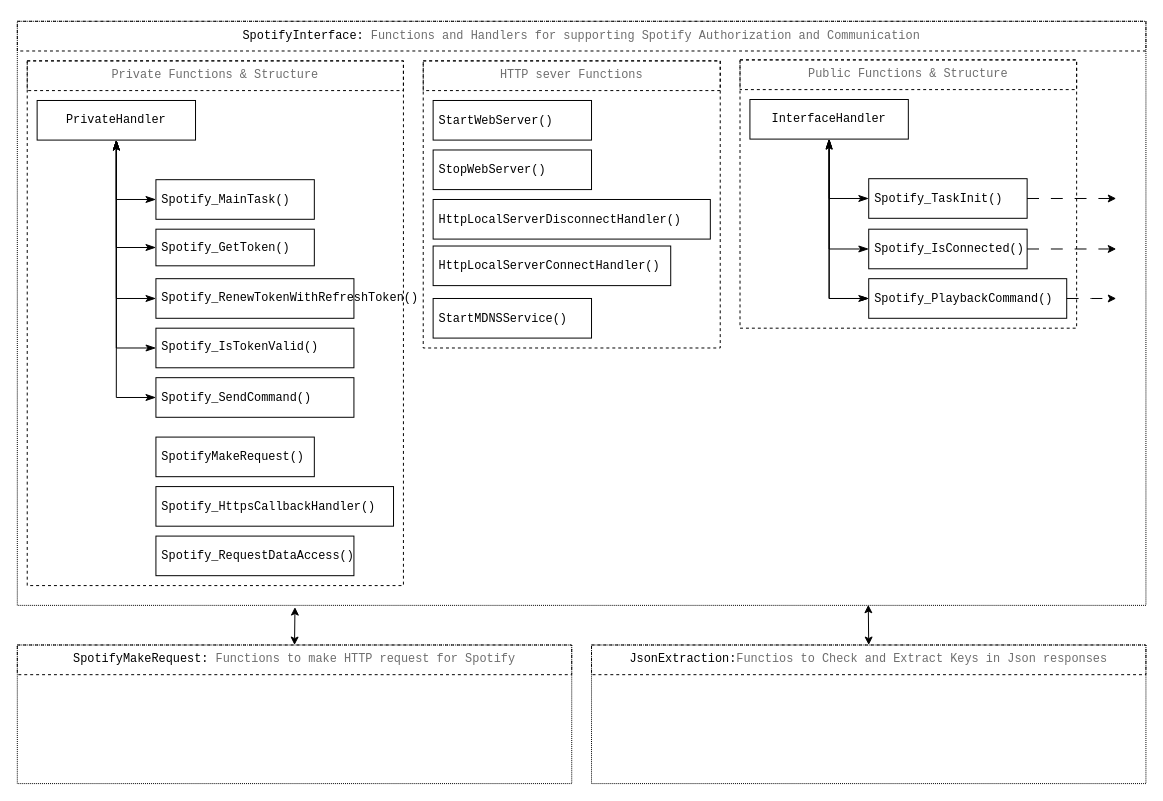
Earlier version of the draw.io diagram components/SpotifyInterface/SpotifyInterface structure.drawio (Behn4m/simple_server_Spotify). Source tidied: cells renumbered, new cells numbered last; positions are measured from the earlier drawing's top-left corner, leaving out a move shared by most shapes. Both pictures are drawn from the tidied source at 99%, with x=0, y=0 at pixel (17, 21).
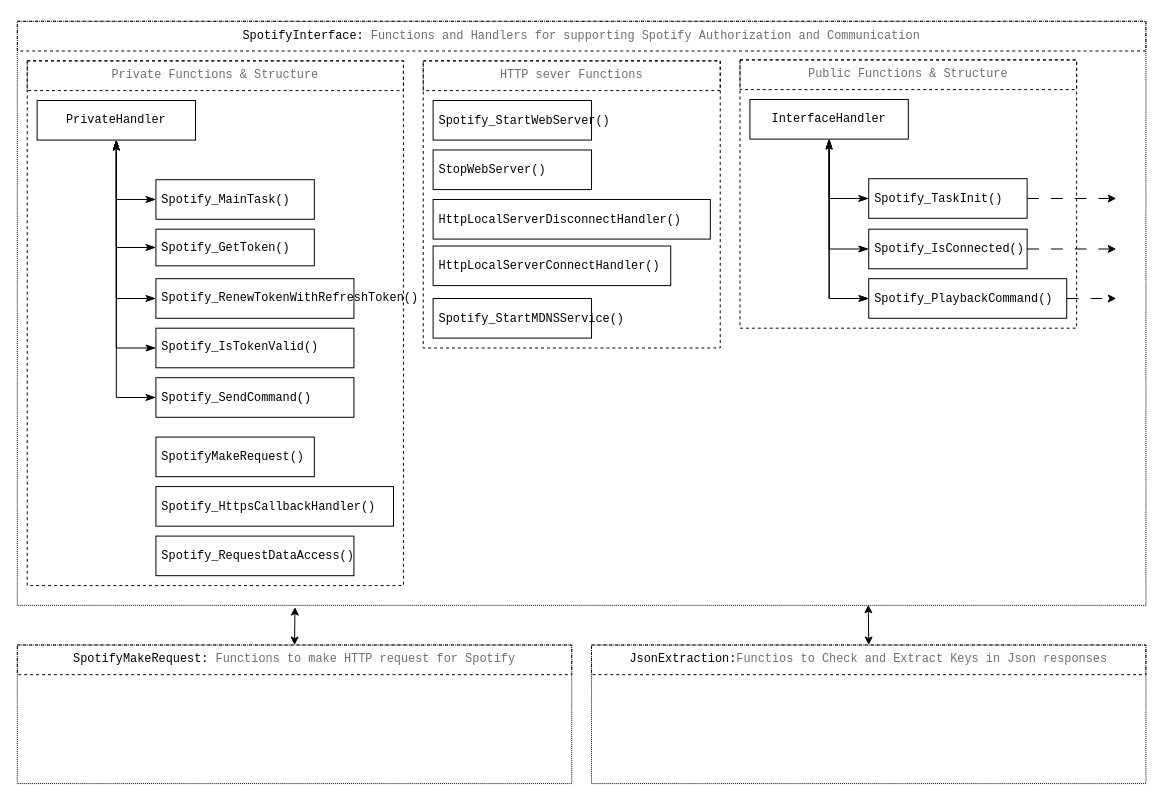
After the change.

The edit, as a diff of the source:
```diff
@@
-    <mxCell id="31" value="&lt;div style=&quot;font-size: 13px;&quot;&gt;&lt;div style=&quot;color: rgb(204, 204, 204); font-family: &amp;quot;Droid Sans Mono&amp;quot;, &amp;quot;monospace&amp;quot;, monospace; font-weight: normal; line-height: 19px;&quot;&gt;&lt;div&gt;&lt;pre&gt;&lt;font style=&quot;font-size: 12px;&quot; color=&quot;#000000&quot;&gt;StartWebServer()&lt;/font&gt;&lt;/pre&gt;&lt;/div&gt;&lt;/div&gt;&lt;/div&gt;" style="rounded=0;whiteSpace=wrap;html=1;labelBackgroundColor=none;align=left;spacingLeft=4;fillColor=none;" parent="1" vertex="1">
+    <mxCell id="31" value="&lt;div style=&quot;font-size: 13px;&quot;&gt;&lt;div style=&quot;color: rgb(204, 204, 204); font-family: &amp;quot;Droid Sans Mono&amp;quot;, &amp;quot;monospace&amp;quot;, monospace; font-weight: normal; line-height: 19px;&quot;&gt;&lt;div&gt;&lt;pre&gt;&lt;font style=&quot;font-size: 12px;&quot; color=&quot;#000000&quot;&gt;Spotify_StartWebServer()&lt;/font&gt;&lt;/pre&gt;&lt;/div&gt;&lt;/div&gt;&lt;/div&gt;" style="rounded=0;whiteSpace=wrap;html=1;labelBackgroundColor=none;align=left;spacingLeft=4;fillColor=none;" parent="1" vertex="1">
       <mxGeometry x="420" y="80" width="160" height="40" as="geometry" />
     </mxCell>
@@
-    <mxCell id="35" value="&lt;div style=&quot;font-size: 13px;&quot;&gt;&lt;div style=&quot;color: rgb(204, 204, 204); font-family: &amp;quot;Droid Sans Mono&amp;quot;, &amp;quot;monospace&amp;quot;, monospace; font-weight: normal; line-height: 19px;&quot;&gt;&lt;div&gt;&lt;pre&gt;&lt;font style=&quot;font-size: 12px;&quot; color=&quot;#000000&quot;&gt;StartMDNSService()&lt;/font&gt;&lt;/pre&gt;&lt;/div&gt;&lt;/div&gt;&lt;/div&gt;" style="rounded=0;whiteSpace=wrap;html=1;labelBackgroundColor=none;align=left;spacingLeft=4;fillColor=none;" parent="1" vertex="1">
+    <mxCell id="35" value="&lt;div style=&quot;font-size: 13px;&quot;&gt;&lt;div style=&quot;color: rgb(204, 204, 204); font-family: &amp;quot;Droid Sans Mono&amp;quot;, &amp;quot;monospace&amp;quot;, monospace; font-weight: normal; line-height: 19px;&quot;&gt;&lt;div&gt;&lt;pre&gt;&lt;font style=&quot;font-size: 12px;&quot; color=&quot;#000000&quot;&gt;Spotify_StartMDNSService()&lt;/font&gt;&lt;/pre&gt;&lt;/div&gt;&lt;/div&gt;&lt;/div&gt;" style="rounded=0;whiteSpace=wrap;html=1;labelBackgroundColor=none;align=left;spacingLeft=4;fillColor=none;" parent="1" vertex="1">
       <mxGeometry x="420" y="280" width="160" height="40" as="geometry" />
     </mxCell>
```
